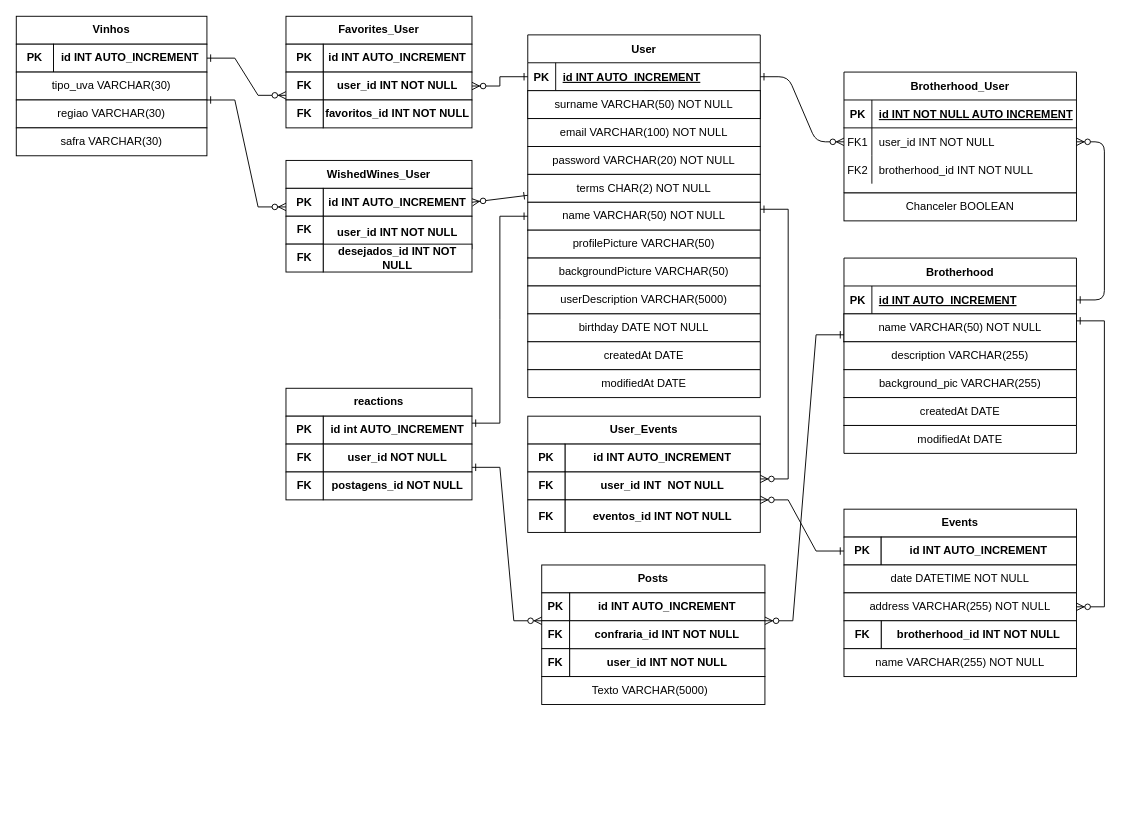
Earlier version of the draw.io diagram ModeloBancoDeDados.drawio (jairocket/projetoIntegrador-Wined). Source tidied: cells renumbered, new cells numbered last; positions are measured from the earlier drawing's top-left corner, leaving out a move shared by most shapes. Both pictures are drawn from the tidied source at 93%, with x=0, y=0 at pixel (16, 16).
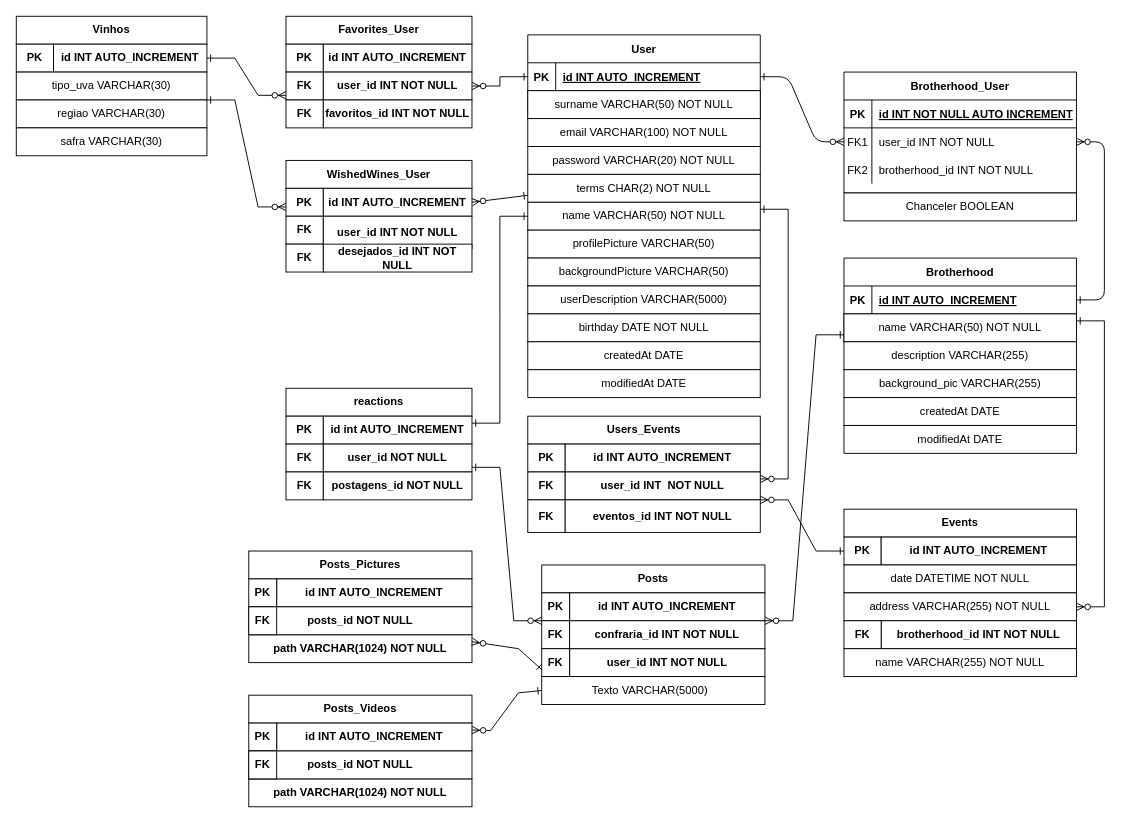
Above is the later version.

Unchanged cells that the change refers to:
```xml
<mxCell id="47" value="&lt;b&gt;FK&lt;/b&gt;" style="rounded=0;whiteSpace=wrap;html=1;" parent="1" vertex="1">
  <mxGeometry x="565" y="680" width="30" height="30" as="geometry" />
</mxCell>
<mxCell id="48" value="Texto VARCHAR(5000)&amp;nbsp;&amp;nbsp;" style="rounded=0;whiteSpace=wrap;html=1;" parent="1" vertex="1">
  <mxGeometry x="565" y="710" width="240" height="30" as="geometry" />
</mxCell>
```

What changed in the source:
```diff
@@
-    <mxCell id="60" value="&lt;b&gt;User_Events&lt;/b&gt;" style="rounded=0;whiteSpace=wrap;html=1;" parent="1" vertex="1">
+    <mxCell id="60" value="&lt;b&gt;Users_Events&lt;/b&gt;" style="rounded=0;whiteSpace=wrap;html=1;" parent="1" vertex="1">
       <mxGeometry x="550" y="430" width="250" height="30" as="geometry" />
     </mxCell>
@@
+    <mxCell id="124" value="&lt;b&gt;Posts_Pictures&lt;/b&gt;&lt;b&gt;&lt;br&gt;&lt;/b&gt;" style="rounded=0;whiteSpace=wrap;html=1;" parent="1" vertex="1">
+      <mxGeometry x="250" y="575" width="240" height="30" as="geometry" />
+    </mxCell>
+    <mxCell id="125" value="&lt;b&gt;id INT AUTO_INCREMENT&lt;/b&gt;" style="rounded=0;whiteSpace=wrap;html=1;" parent="1" vertex="1">
+      <mxGeometry x="280" y="605" width="210" height="30" as="geometry" />
+    </mxCell>
+    <mxCell id="126" value="&lt;b&gt;PK&lt;/b&gt;" style="rounded=0;whiteSpace=wrap;html=1;" parent="1" vertex="1">
+      <mxGeometry x="250" y="605" width="30" height="30" as="geometry" />
+    </mxCell>
+    <mxCell id="127" value="&lt;b&gt;path VARCHAR(1024) NOT NULL&lt;/b&gt;" style="rounded=0;whiteSpace=wrap;html=1;" parent="1" vertex="1">
+      <mxGeometry x="250" y="665" width="240" height="30" as="geometry" />
+    </mxCell>
+    <mxCell id="128" value="&lt;b&gt;posts_id NOT NULL&lt;/b&gt;" style="rounded=0;whiteSpace=wrap;html=1;" parent="1" vertex="1">
+      <mxGeometry x="250" y="635" width="240" height="30" as="geometry" />
+    </mxCell>
+    <mxCell id="129" value="&lt;b&gt;FK&lt;/b&gt;" style="rounded=0;whiteSpace=wrap;html=1;" parent="1" vertex="1">
+      <mxGeometry x="250" y="635" width="30" height="30" as="geometry" />
+    </mxCell>
+    <mxCell id="130" style="fontSize=12;html=1;endArrow=ERzeroToMany;rounded=0;exitX=0;exitY=0.75;exitDx=0;exitDy=0;entryX=1;entryY=0.25;entryDx=0;entryDy=0;startArrow=ERone;startFill=0;endFill=1;" parent="1" edge="1" source="47" target="127">
+      <mxGeometry relative="1" as="geometry">
+        <Array as="points">
+          <mxPoint x="540" y="680" />
+        </Array>
+      </mxGeometry>
+    </mxCell>
+    <mxCell id="131" value="&lt;b&gt;Posts_Videos&lt;/b&gt;&lt;b&gt;&lt;br&gt;&lt;/b&gt;" style="rounded=0;whiteSpace=wrap;html=1;" parent="1" vertex="1">
+      <mxGeometry x="250" y="730" width="240" height="30" as="geometry" />
+    </mxCell>
+    <mxCell id="132" value="&lt;b&gt;id INT AUTO_INCREMENT&lt;/b&gt;" style="rounded=0;whiteSpace=wrap;html=1;" parent="1" vertex="1">
+      <mxGeometry x="280" y="760" width="210" height="30" as="geometry" />
+    </mxCell>
+    <mxCell id="133" value="&lt;b&gt;PK&lt;/b&gt;" style="rounded=0;whiteSpace=wrap;html=1;" parent="1" vertex="1">
+      <mxGeometry x="250" y="760" width="30" height="30" as="geometry" />
+    </mxCell>
+    <mxCell id="134" value="&lt;b&gt;path VARCHAR(1024) NOT NULL&lt;/b&gt;" style="rounded=0;whiteSpace=wrap;html=1;" parent="1" vertex="1">
+      <mxGeometry x="250" y="820" width="240" height="30" as="geometry" />
+    </mxCell>
+    <mxCell id="135" value="&lt;b&gt;posts_id NOT NULL&lt;/b&gt;" style="rounded=0;whiteSpace=wrap;html=1;" parent="1" vertex="1">
+      <mxGeometry x="250" y="790" width="240" height="30" as="geometry" />
+    </mxCell>
+    <mxCell id="136" value="&lt;b&gt;FK&lt;/b&gt;" style="rounded=0;whiteSpace=wrap;html=1;" parent="1" vertex="1">
+      <mxGeometry x="250" y="790" width="30" height="30" as="geometry" />
+    </mxCell>
+    <mxCell id="137" style="fontSize=12;html=1;endArrow=ERzeroToMany;rounded=0;exitX=0;exitY=0.5;exitDx=0;exitDy=0;entryX=1;entryY=0.25;entryDx=0;entryDy=0;startArrow=ERone;startFill=0;endFill=1;" parent="1" edge="1" source="48" target="132">
+      <mxGeometry relative="1" as="geometry">
+        <Array as="points">
+          <mxPoint x="540" y="727.5" />
+          <mxPoint x="510" y="768" />
+        </Array>
+      </mxGeometry>
+    </mxCell>
```
